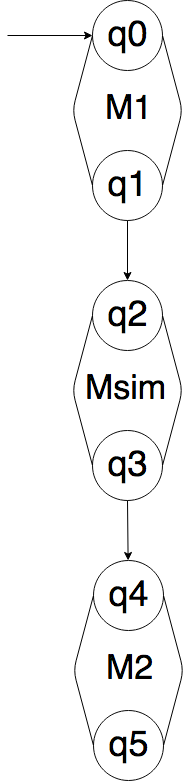
This is graphics/figure_11.png from FaMAFStuffs/slides_video_lengform, a draw.io export, as it was before one commit. Source tidied: cells renumbered, new cells last; positions are measured from the earlier drawing's top-left corner, leaving out a move shared by most shapes. The source it was exported from:
```xml
<mxGraphModel>
  <root>
    <mxCell id="0" />
    <mxCell id="1" parent="0" />
    <mxCell id="2" value="&lt;font style=&quot;font-size: 36px&quot;&gt;q0&lt;/font&gt;" style="ellipse;whiteSpace=wrap;html=1;shadow=0;strokeColor=#0A0A0A;fillColor=#FFFFFF;" parent="1" vertex="1">
      <mxGeometry x="85" width="70" height="70" as="geometry" />
    </mxCell>
    <mxCell id="3" value="&lt;font style=&quot;font-size: 36px&quot;&gt;q1&lt;/font&gt;" style="ellipse;whiteSpace=wrap;html=1;shadow=0;strokeColor=#0A0A0A;fillColor=#FFFFFF;" parent="1" vertex="1">
      <mxGeometry x="85" y="150" width="70" height="70" as="geometry" />
    </mxCell>
    <mxCell id="4" style="endArrow=none;html=1;fillColor=#FFFFFF;entryX=0;entryY=0.5;exitX=0;exitY=0.5;" parent="1" edge="1" source="3" target="2">
      <mxGeometry relative="1" as="geometry">
        <Array as="points">
          <mxPoint x="65" y="110" />
        </Array>
      </mxGeometry>
    </mxCell>
    <mxCell id="5" style="endArrow=none;html=1;fillColor=#FFFFFF;entryX=1;entryY=0.5;exitX=1;exitY=0.5;" parent="1" edge="1" source="3" target="2">
      <mxGeometry relative="1" as="geometry">
        <Array as="points">
          <mxPoint x="175" y="110" />
        </Array>
      </mxGeometry>
    </mxCell>
    <mxCell id="6" value="M1" style="text;html=1;spacing=5;spacingTop=-10;whiteSpace=wrap;overflow=hidden;fillColor=none;strokeColor=none;shadow=0;rounded=0;verticalAlign=middle;fontSize=34;" parent="1" vertex="1">
      <mxGeometry x="93" y="90" width="55" height="47" as="geometry" />
    </mxCell>
    <mxCell id="7" value="&lt;font style=&quot;font-size: 36px&quot;&gt;q2&lt;/font&gt;" style="ellipse;whiteSpace=wrap;html=1;shadow=0;strokeColor=#0A0A0A;fillColor=#FFFFFF;" parent="1" vertex="1">
      <mxGeometry x="85" y="280" width="70" height="70" as="geometry" />
    </mxCell>
    <mxCell id="8" value="&lt;font style=&quot;font-size: 36px&quot;&gt;q3&lt;/font&gt;" style="ellipse;whiteSpace=wrap;html=1;shadow=0;strokeColor=#0A0A0A;fillColor=#FFFFFF;" parent="1" vertex="1">
      <mxGeometry x="85" y="430" width="70" height="70" as="geometry" />
    </mxCell>
    <mxCell id="9" style="endArrow=none;html=1;fillColor=#FFFFFF;entryX=0;entryY=0.5;exitX=0;exitY=0.5;" parent="1" edge="1" source="8" target="7">
      <mxGeometry relative="1" as="geometry">
        <Array as="points">
          <mxPoint x="65" y="390" />
        </Array>
      </mxGeometry>
    </mxCell>
    <mxCell id="10" style="endArrow=none;html=1;fillColor=#FFFFFF;entryX=1;entryY=0.5;exitX=1;exitY=0.5;" parent="1" edge="1" source="8" target="7">
      <mxGeometry relative="1" as="geometry">
        <Array as="points">
          <mxPoint x="175" y="390" />
        </Array>
      </mxGeometry>
    </mxCell>
    <mxCell id="11" value="Msim" style="text;html=1;spacing=5;spacingTop=-10;whiteSpace=wrap;overflow=hidden;fillColor=none;strokeColor=none;shadow=0;rounded=0;verticalAlign=middle;fontSize=34;" parent="1" vertex="1">
      <mxGeometry x="73" y="370" width="95" height="47" as="geometry" />
    </mxCell>
    <mxCell id="12" value="&lt;font style=&quot;font-size: 36px&quot;&gt;q4&lt;/font&gt;" style="ellipse;whiteSpace=wrap;html=1;shadow=0;strokeColor=#0A0A0A;fillColor=#FFFFFF;" parent="1" vertex="1">
      <mxGeometry x="86" y="560" width="70" height="70" as="geometry" />
    </mxCell>
    <mxCell id="13" value="&lt;font style=&quot;font-size: 36px&quot;&gt;q5&lt;/font&gt;" style="ellipse;whiteSpace=wrap;html=1;shadow=0;strokeColor=#0A0A0A;fillColor=#FFFFFF;" parent="1" vertex="1">
      <mxGeometry x="86" y="710" width="70" height="70" as="geometry" />
    </mxCell>
    <mxCell id="14" style="endArrow=none;html=1;fillColor=#FFFFFF;entryX=0;entryY=0.5;exitX=0;exitY=0.5;" parent="1" edge="1" source="13" target="12">
      <mxGeometry relative="1" as="geometry">
        <Array as="points">
          <mxPoint x="66" y="670" />
        </Array>
      </mxGeometry>
    </mxCell>
    <mxCell id="15" style="endArrow=none;html=1;fillColor=#FFFFFF;entryX=1;entryY=0.5;exitX=1;exitY=0.5;" parent="1" edge="1" source="13" target="12">
      <mxGeometry relative="1" as="geometry">
        <Array as="points">
          <mxPoint x="176" y="670" />
        </Array>
      </mxGeometry>
    </mxCell>
    <mxCell id="16" value="M2" style="text;html=1;spacing=5;spacingTop=-10;whiteSpace=wrap;overflow=hidden;fillColor=none;strokeColor=none;shadow=0;rounded=0;verticalAlign=middle;fontSize=34;" parent="1" vertex="1">
      <mxGeometry x="94" y="650" width="57" height="47" as="geometry" />
    </mxCell>
    <mxCell id="17" style="endArrow=classic;html=1;fillColor=#FFFFFF;entryX=0;entryY=0.5;" parent="1" edge="1" target="2">
      <mxGeometry relative="1" as="geometry">
        <mxPoint y="35" as="sourcePoint" />
      </mxGeometry>
    </mxCell>
    <mxCell id="18" style="endArrow=classic;html=1;fillColor=#FFFFFF;exitX=0.5;exitY=1;" parent="1" edge="1" source="8" target="12">
      <mxGeometry relative="1" as="geometry" />
    </mxCell>
    <mxCell id="19" style="endArrow=classic;html=1;fillColor=#FFFFFF;exitX=0.5;exitY=1;" parent="1" edge="1" source="3">
      <mxGeometry relative="1" as="geometry">
        <mxPoint x="120" y="280" as="targetPoint" />
      </mxGeometry>
    </mxCell>
  </root>
</mxGraphModel>
```
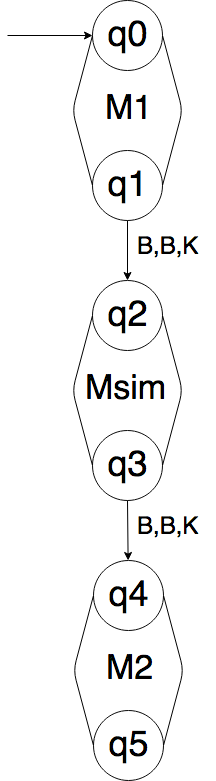
After the commit.

What changed in the source:
```diff
@@ -84,5 +84,11 @@
         <mxPoint x="120" y="280" as="targetPoint" />
       </mxGeometry>
     </mxCell>
+    <mxCell id="20" value="&lt;font style=&quot;font-size: 24px&quot;&gt;B,B,K&lt;/font&gt;" style="text;html=1;align=left;verticalAlign=top;spacingTop=-4;" parent="1" vertex="1">
+      <mxGeometry x="128" y="230" width="80" height="20" as="geometry" />
+    </mxCell>
+    <mxCell id="21" value="&lt;font style=&quot;font-size: 24px&quot;&gt;B,B,K&lt;/font&gt;" style="text;html=1;align=left;verticalAlign=top;spacingTop=-4;" parent="1" vertex="1">
+      <mxGeometry x="128" y="510" width="80" height="20" as="geometry" />
+    </mxCell>
   </root>
 </mxGraphModel>
```
